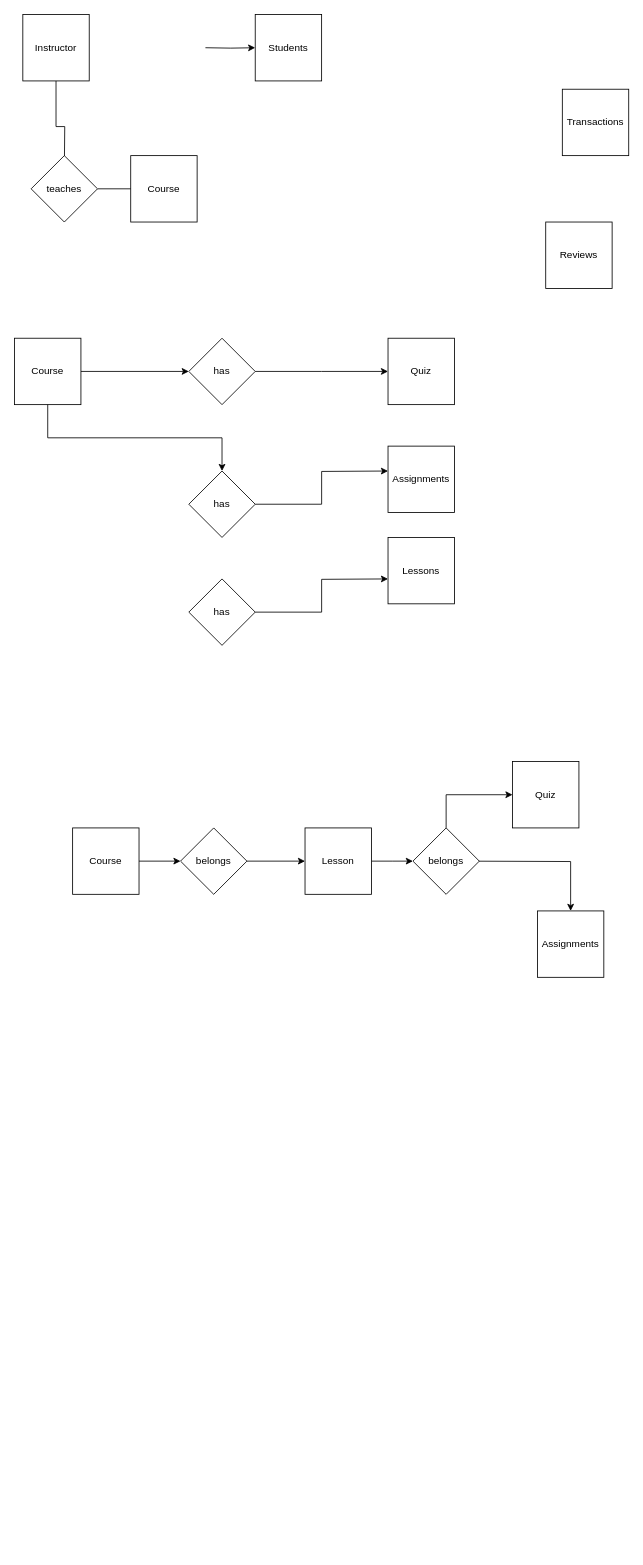
charisvt/edulink keeps this draw.io diagram as ER.drawio. Above is the earlier version. Source tidied: cells renumbered, new cells numbered last; positions are measured from the earlier drawing's top-left corner, leaving out a move shared by most shapes. Both pictures are drawn from the tidied source at 83%, with x=0, y=0 at pixel (14, 14).
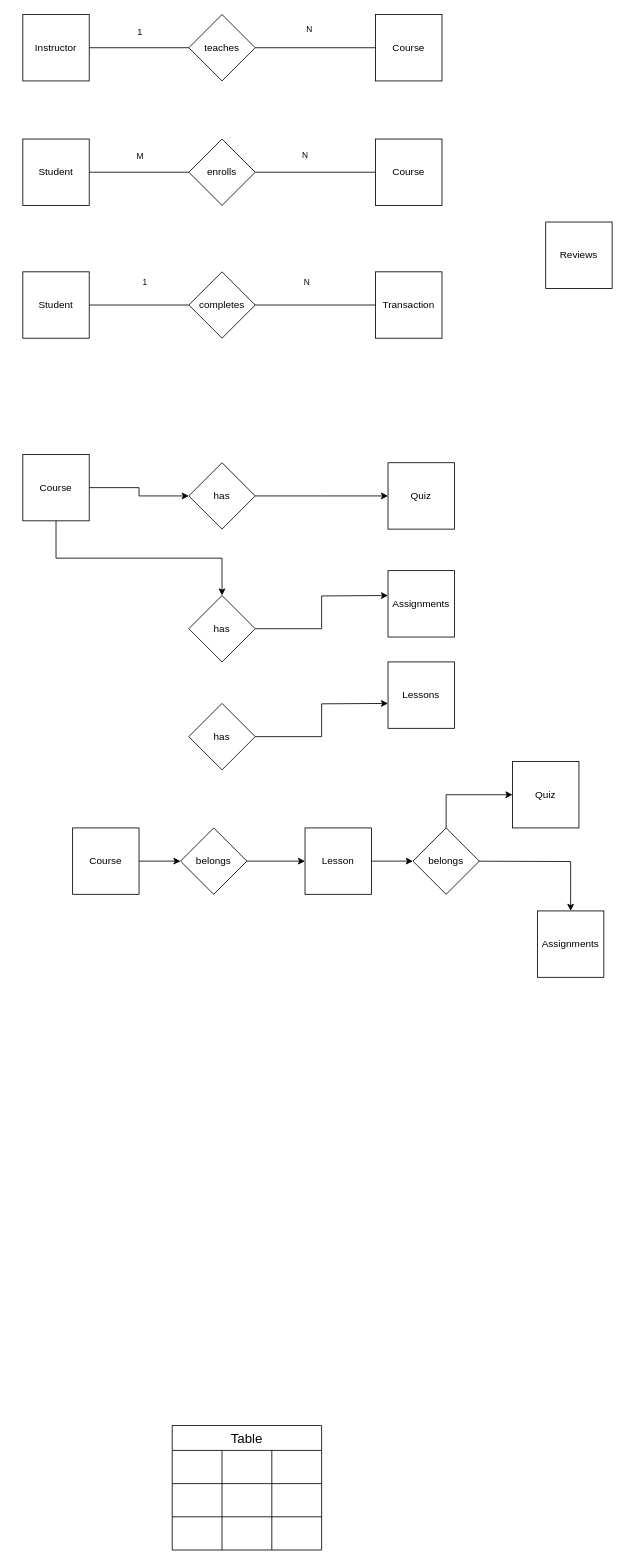
Above is the later version.

Unchanged cells that the change refers to:
```xml
<mxCell id="3" value="Instructor" style="whiteSpace=wrap;html=1;" parent="1" vertex="1">
  <mxGeometry x="10" width="80" height="80" as="geometry" />
</mxCell>
```

What changed in the source:
```diff
@@
-    <mxCell id="2" style="edgeStyle=orthogonalEdgeStyle;rounded=0;jettySize=auto;html=1;" parent="1" edge="1" source="3">
-      <mxGeometry relative="1" as="geometry">
-        <mxPoint x="60" y="190" as="targetPoint" />
-      </mxGeometry>
-    </mxCell>
+    <mxCell id="34" style="edgeStyle=orthogonalEdgeStyle;rounded=0;jettySize=auto;html=1;entryX=0;entryY=0.5;entryDx=0;entryDy=0;endArrow=none;endFill=0;" parent="1" edge="1" source="3" target="33">
+      <mxGeometry relative="1" as="geometry" />
+    </mxCell>
@@
     <mxCell id="4" style="edgeStyle=orthogonalEdgeStyle;rounded=0;jettySize=auto;html=1;" parent="1" edge="1" source="5">
       <mxGeometry relative="1" as="geometry">
-        <mxPoint x="450" y="430" as="targetPoint" />
+        <mxPoint x="450" y="580" as="targetPoint" />
       </mxGeometry>
     </mxCell>
     <mxCell id="5" value="has" style="rhombus;whiteSpace=wrap;html=1;" parent="1" vertex="1">
-      <mxGeometry x="210" y="390" width="80" height="80" as="geometry" />
+      <mxGeometry x="210" y="540" width="80" height="80" as="geometry" />
     </mxCell>
+    <mxCell id="35" style="edgeStyle=orthogonalEdgeStyle;rounded=0;jettySize=auto;html=1;endArrow=none;endFill=0;" parent="1" edge="1" source="6" target="38">
+      <mxGeometry relative="1" as="geometry" />
+    </mxCell>
+    <mxCell id="36" value="&lt;font size=&quot;1&quot;&gt;M&lt;br&gt;&lt;/font&gt;" style="edgeLabel;html=1;align=center;verticalAlign=middle;" parent="35" vertex="1">
+      <mxGeometry x="-0.02" y="9" relative="1" as="geometry">
+        <mxPoint x="1" y="-11" as="offset" />
+      </mxGeometry>
+    </mxCell>
-    <mxCell id="6" value="Students&lt;br&gt;" style="whiteSpace=wrap;html=1;" parent="1" vertex="1">
-      <mxGeometry x="290" width="80" height="80" as="geometry" />
+    <mxCell id="6" value="Student" style="whiteSpace=wrap;html=1;" parent="1" vertex="1">
+      <mxGeometry x="10" y="150" width="80" height="80" as="geometry" />
     </mxCell>
@@
     <mxCell id="8" value="Quiz" style="whiteSpace=wrap;html=1;" parent="1" vertex="1">
-      <mxGeometry x="450" y="390" width="80" height="80" as="geometry" />
+      <mxGeometry x="450" y="540" width="80" height="80" as="geometry" />
     </mxCell>
-    <mxCell id="9" value="Transactions" style="whiteSpace=wrap;html=1;" parent="1" vertex="1">
-      <mxGeometry x="660" y="90" width="80" height="80" as="geometry" />
-    </mxCell>
     <mxCell id="10" value="Assignments" style="whiteSpace=wrap;html=1;" parent="1" vertex="1">
-      <mxGeometry x="450" y="520" width="80" height="80" as="geometry" />
+      <mxGeometry x="450" y="670" width="80" height="80" as="geometry" />
     </mxCell>
     <mxCell id="11" value="Lessons" style="whiteSpace=wrap;html=1;" parent="1" vertex="1">
-      <mxGeometry x="450" y="630" width="80" height="80" as="geometry" />
+      <mxGeometry x="450" y="780" width="80" height="80" as="geometry" />
     </mxCell>
@@
     <mxCell id="13" value="Course" style="whiteSpace=wrap;html=1;" parent="1" vertex="1">
-      <mxGeometry y="390" width="80" height="80" as="geometry" />
+      <mxGeometry x="10" y="530" width="80" height="80" as="geometry" />
     </mxCell>
-    <mxCell id="14" style="edgeStyle=orthogonalEdgeStyle;rounded=0;jettySize=auto;html=1;exitX=1;exitY=0.5;exitDx=0;exitDy=0;entryX=0;entryY=0.5;entryDx=0;entryDy=0;" parent="1" edge="1" target="6">
-      <mxGeometry relative="1" as="geometry">
-        <mxPoint x="230" y="40" as="sourcePoint" />
-      </mxGeometry>
-    </mxCell>
     <mxCell id="15" style="edgeStyle=orthogonalEdgeStyle;rounded=0;jettySize=auto;html=1;" parent="1" edge="1" source="16">
       <mxGeometry relative="1" as="geometry">
-        <mxPoint x="450" y="550" as="targetPoint" />
+        <mxPoint x="450" y="700" as="targetPoint" />
       </mxGeometry>
     </mxCell>
     <mxCell id="16" value="has" style="rhombus;whiteSpace=wrap;html=1;" parent="1" vertex="1">
-      <mxGeometry x="210" y="550" width="80" height="80" as="geometry" />
+      <mxGeometry x="210" y="700" width="80" height="80" as="geometry" />
     </mxCell>
@@
     <mxCell id="18" style="edgeStyle=orthogonalEdgeStyle;rounded=0;jettySize=auto;html=1;" parent="1" edge="1" source="19">
       <mxGeometry relative="1" as="geometry">
-        <mxPoint x="450" y="680" as="targetPoint" />
+        <mxPoint x="450" y="830" as="targetPoint" />
       </mxGeometry>
     </mxCell>
     <mxCell id="19" value="has" style="rhombus;whiteSpace=wrap;html=1;" parent="1" vertex="1">
-      <mxGeometry x="210" y="680" width="80" height="80" as="geometry" />
+      <mxGeometry x="210" y="830" width="80" height="80" as="geometry" />
     </mxCell>
@@
     <mxCell id="31" value="Course" style="whiteSpace=wrap;html=1;" parent="1" vertex="1">
-      <mxGeometry x="140" y="170" width="80" height="80" as="geometry" />
+      <mxGeometry x="435" width="80" height="80" as="geometry" />
     </mxCell>
@@
     <mxCell id="33" value="teaches" style="rhombus;whiteSpace=wrap;html=1;" parent="1" vertex="1">
-      <mxGeometry x="20" y="170" width="80" height="80" as="geometry" />
+      <mxGeometry x="210" width="80" height="80" as="geometry" />
     </mxCell>
+    <mxCell id="37" style="edgeStyle=orthogonalEdgeStyle;rounded=0;jettySize=auto;html=1;entryX=0;entryY=0.5;entryDx=0;entryDy=0;endArrow=none;endFill=0;verticalAlign=top;" parent="1" edge="1" source="38" target="39">
+      <mxGeometry relative="1" as="geometry" />
+    </mxCell>
+    <mxCell id="38" value="enrolls" style="rhombus;whiteSpace=wrap;html=1;" parent="1" vertex="1">
+      <mxGeometry x="210" y="150" width="80" height="80" as="geometry" />
+    </mxCell>
+    <mxCell id="39" value="Course" style="whiteSpace=wrap;html=1;" parent="1" vertex="1">
+      <mxGeometry x="435" y="150" width="80" height="80" as="geometry" />
+    </mxCell>
+    <mxCell id="40" value="1&lt;font size=&quot;1&quot;&gt;&lt;br&gt;&lt;/font&gt;" style="edgeLabel;html=1;align=center;verticalAlign=middle;" parent="1" vertex="1">
+      <mxGeometry x="150" y="20" as="geometry" />
+    </mxCell>
+    <mxCell id="41" value="&lt;font size=&quot;1&quot;&gt;N&lt;br&gt;&lt;/font&gt;" style="edgeLabel;html=1;align=center;verticalAlign=middle;" parent="1" vertex="1">
+      <mxGeometry x="350" y="10" as="geometry">
+        <mxPoint x="4" y="6" as="offset" />
+      </mxGeometry>
+    </mxCell>
+    <mxCell id="42" value="&lt;font size=&quot;1&quot;&gt;N&lt;br&gt;&lt;/font&gt;" style="edgeLabel;html=1;align=center;verticalAlign=middle;" parent="1" vertex="1">
+      <mxGeometry x="355" y="170" as="geometry">
+        <mxPoint x="-6" y="-2" as="offset" />
+      </mxGeometry>
+    </mxCell>
+    <mxCell id="43" value="Table" style="shape=table;startSize=30;childLayout=tableLayout;strokeColor=default;fontSize=16;" parent="1" vertex="1">
+      <mxGeometry x="190" y="1700" width="180" height="150" as="geometry" />
+    </mxCell>
+    <mxCell id="44" style="shape=tableRow;horizontal=0;startSize=0;swimlaneHead=0;swimlaneBody=0;strokeColor=inherit;top=0;left=0;bottom=0;right=0;fillColor=none;fontSize=16;" parent="43" vertex="1">
+      <mxGeometry y="30" width="180" height="40" as="geometry" />
+    </mxCell>
+    <mxCell id="45" style="shape=partialRectangle;html=1;whiteSpace=wrap;strokeColor=inherit;overflow=hidden;fillColor=none;top=0;left=0;bottom=0;right=0;fontSize=16;" parent="44" vertex="1">
+      <mxGeometry width="60" height="40" as="geometry" />
+    </mxCell>
+    <mxCell id="46" style="shape=partialRectangle;html=1;whiteSpace=wrap;strokeColor=inherit;overflow=hidden;fillColor=none;top=0;left=0;bottom=0;right=0;fontSize=16;" parent="44" vertex="1">
+      <mxGeometry x="60" width="60" height="40" as="geometry" />
+    </mxCell>
+    <mxCell id="47" style="shape=partialRectangle;html=1;whiteSpace=wrap;strokeColor=inherit;overflow=hidden;fillColor=none;top=0;left=0;bottom=0;right=0;fontSize=16;" parent="44" vertex="1">
+      <mxGeometry x="120" width="60" height="40" as="geometry" />
+    </mxCell>
+    <mxCell id="48" style="shape=tableRow;horizontal=0;startSize=0;swimlaneHead=0;swimlaneBody=0;strokeColor=inherit;top=0;left=0;bottom=0;right=0;fillColor=none;fontSize=16;" parent="43" vertex="1">
+      <mxGeometry y="70" width="180" height="40" as="geometry" />
+    </mxCell>
+    <mxCell id="49" style="shape=partialRectangle;html=1;whiteSpace=wrap;strokeColor=inherit;overflow=hidden;fillColor=none;top=0;left=0;bottom=0;right=0;fontSize=16;" parent="48" vertex="1">
+      <mxGeometry width="60" height="40" as="geometry" />
+    </mxCell>
+    <mxCell id="50" style="shape=partialRectangle;html=1;whiteSpace=wrap;strokeColor=inherit;overflow=hidden;fillColor=none;top=0;left=0;bottom=0;right=0;fontSize=16;" parent="48" vertex="1">
+      <mxGeometry x="60" width="60" height="40" as="geometry" />
+    </mxCell>
+    <mxCell id="51" style="shape=partialRectangle;html=1;whiteSpace=wrap;strokeColor=inherit;overflow=hidden;fillColor=none;top=0;left=0;bottom=0;right=0;fontSize=16;" parent="48" vertex="1">
+      <mxGeometry x="120" width="60" height="40" as="geometry" />
+    </mxCell>
+    <mxCell id="52" style="shape=tableRow;horizontal=0;startSize=0;swimlaneHead=0;swimlaneBody=0;strokeColor=inherit;top=0;left=0;bottom=0;right=0;fillColor=none;fontSize=16;" parent="43" vertex="1">
+      <mxGeometry y="110" width="180" height="40" as="geometry" />
+    </mxCell>
+    <mxCell id="53" style="shape=partialRectangle;html=1;whiteSpace=wrap;strokeColor=inherit;overflow=hidden;fillColor=none;top=0;left=0;bottom=0;right=0;fontSize=16;" parent="52" vertex="1">
+      <mxGeometry width="60" height="40" as="geometry" />
+    </mxCell>
+    <mxCell id="54" style="shape=partialRectangle;html=1;whiteSpace=wrap;strokeColor=inherit;overflow=hidden;fillColor=none;top=0;left=0;bottom=0;right=0;fontSize=16;" parent="52" vertex="1">
+      <mxGeometry x="60" width="60" height="40" as="geometry" />
+    </mxCell>
+    <mxCell id="55" style="shape=partialRectangle;html=1;whiteSpace=wrap;strokeColor=inherit;overflow=hidden;fillColor=none;top=0;left=0;bottom=0;right=0;fontSize=16;" parent="52" vertex="1">
+      <mxGeometry x="120" width="60" height="40" as="geometry" />
+    </mxCell>
+    <mxCell id="56" value="Transaction" style="whiteSpace=wrap;html=1;" parent="1" vertex="1">
+      <mxGeometry x="435" y="310" width="80" height="80" as="geometry" />
+    </mxCell>
+    <mxCell id="57" value="&lt;font size=&quot;1&quot;&gt;1&lt;br&gt;&lt;/font&gt;" style="edgeLabel;html=1;align=center;verticalAlign=middle;" parent="1" vertex="1">
+      <mxGeometry x="240" y="230" as="geometry">
+        <mxPoint x="-84" y="91" as="offset" />
+      </mxGeometry>
+    </mxCell>
+    <mxCell id="58" style="edgeStyle=orthogonalEdgeStyle;rounded=0;jettySize=auto;html=1;exitX=1;exitY=0.5;exitDx=0;exitDy=0;entryX=0;entryY=0.5;entryDx=0;entryDy=0;endArrow=none;endFill=0;" parent="1" edge="1" source="59" target="61">
+      <mxGeometry relative="1" as="geometry" />
+    </mxCell>
+    <mxCell id="59" value="Student" style="whiteSpace=wrap;html=1;" parent="1" vertex="1">
+      <mxGeometry x="10" y="310" width="80" height="80" as="geometry" />
+    </mxCell>
+    <mxCell id="60" style="edgeStyle=orthogonalEdgeStyle;rounded=0;jettySize=auto;html=1;entryX=0;entryY=0.5;entryDx=0;entryDy=0;endArrow=none;endFill=0;" parent="1" edge="1" source="61" target="56">
+      <mxGeometry relative="1" as="geometry" />
+    </mxCell>
+    <mxCell id="61" value="completes" style="rhombus;whiteSpace=wrap;html=1;" parent="1" vertex="1">
+      <mxGeometry x="210" y="310" width="80" height="80" as="geometry" />
+    </mxCell>
+    <mxCell id="62" value="&lt;font size=&quot;1&quot;&gt;N&lt;br&gt;&lt;/font&gt;" style="edgeLabel;html=1;align=center;verticalAlign=middle;" parent="1" vertex="1">
+      <mxGeometry x="435" y="230" as="geometry">
+        <mxPoint x="-84" y="91" as="offset" />
+      </mxGeometry>
+    </mxCell>
```
